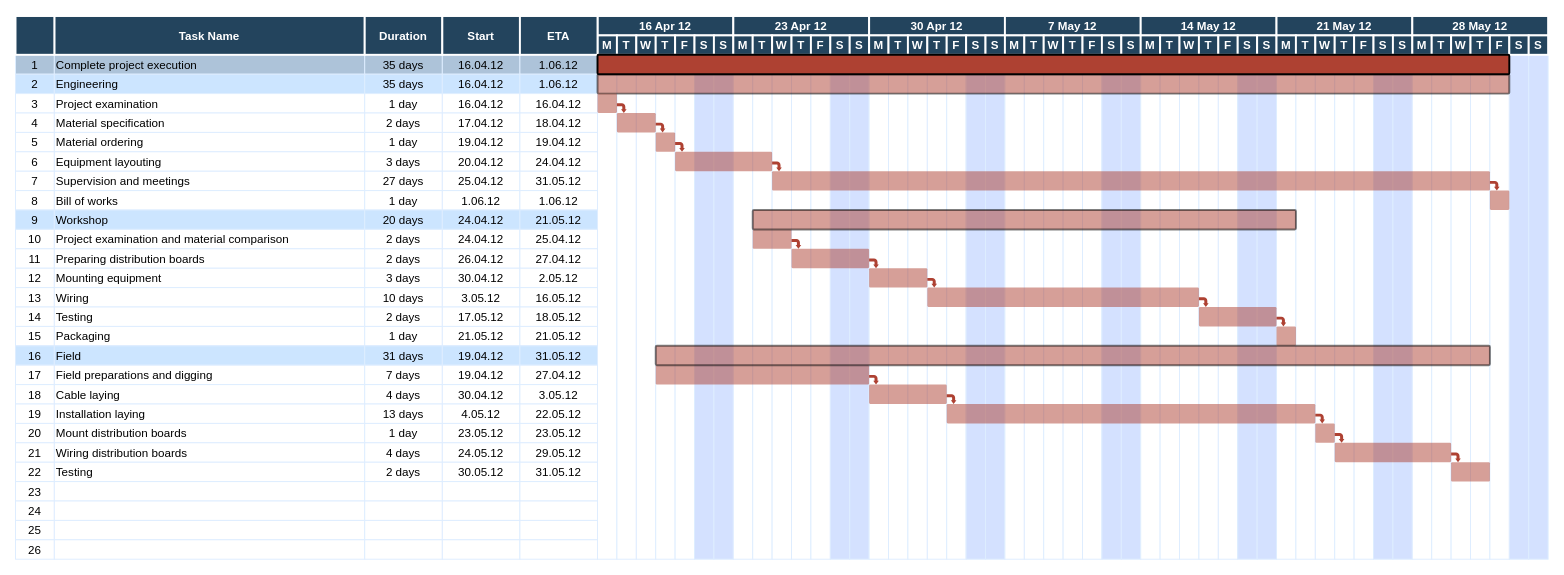
Earlier version of the draw.io diagram 未命名表单.drawio (shoyer2010/shoyer.github.io). Source tidied: cells renumbered, new cells numbered last; positions are measured from the earlier drawing's top-left corner, leaving out a move shared by most shapes. Both pictures are drawn from the tidied source at 97%, with x=0, y=0 at pixel (15, 16).
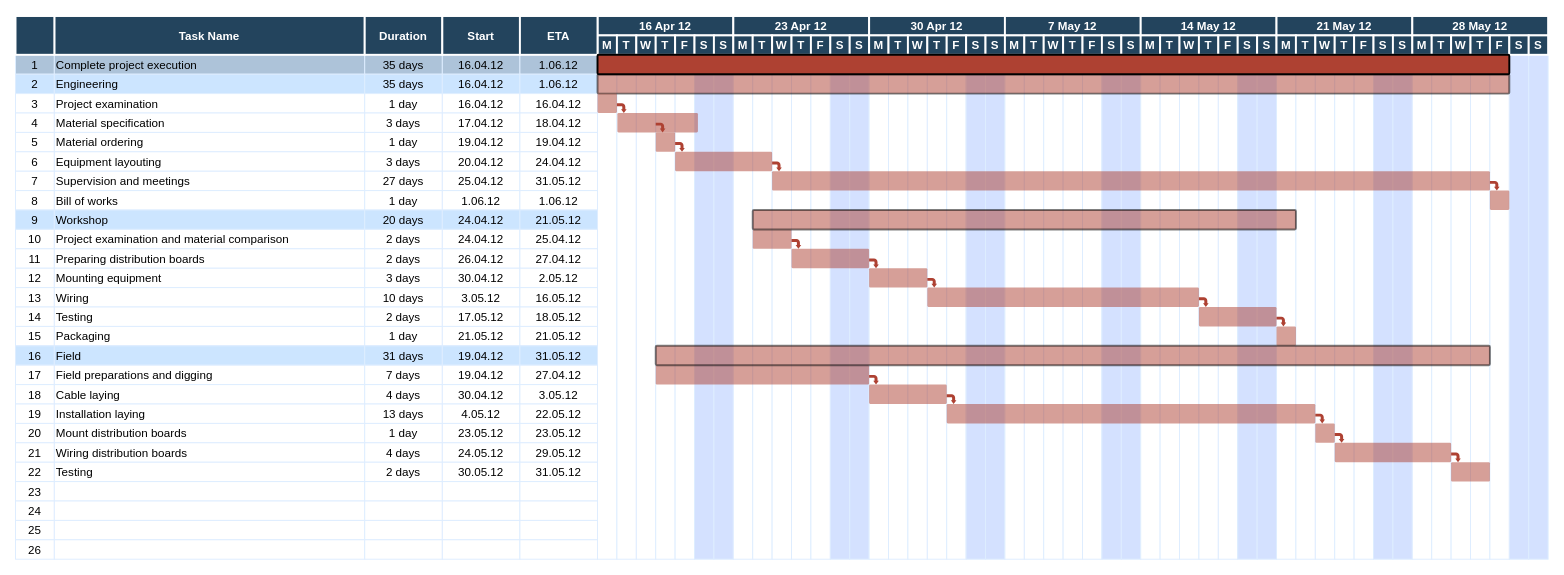
After the change.

Commit message:
更新未命名表单.drawio

Diff of the diagram source:
```diff
@@
-    <mxCell id="20" value="2 days" style="strokeColor=#DEEDFF;" parent="1" vertex="1">
+    <mxCell id="20" value="3 days" style="strokeColor=#DEEDFF;" parent="1" vertex="1">
       <mxGeometry x="360.5" y="100" width="80" height="20" as="geometry" />
     </mxCell>
@@
     <mxCell id="245" style="shape=mxgraph.flowchart.process;fillColor=#AE4132;strokeColor=none;strokeWidth=2;opacity=50;" parent="1" vertex="1">
-      <mxGeometry x="620.5" y="100" width="40" height="20" as="geometry" />
+      <mxGeometry x="621" y="100" width="83" height="20" as="geometry" />
     </mxCell>
```
